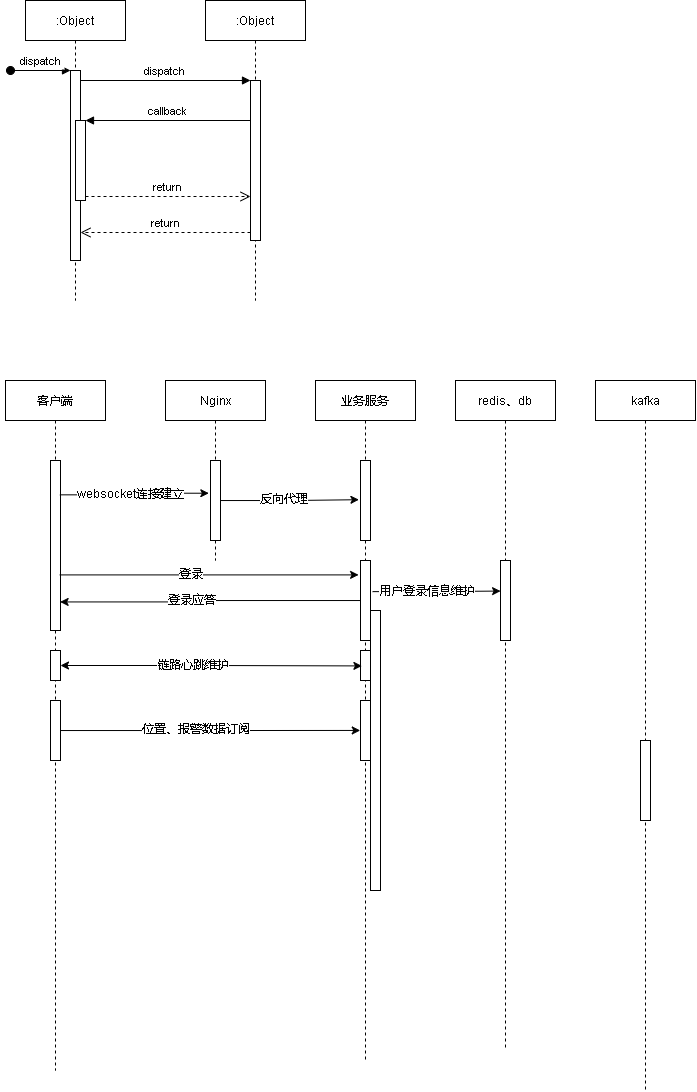
This is cgopro关键业务.drawio.png from xktder/draw, a draw.io export, as it was before one commit. Source tidied: cells renumbered, new cells last; positions are measured from the earlier drawing's top-left corner, leaving out a move shared by most shapes.
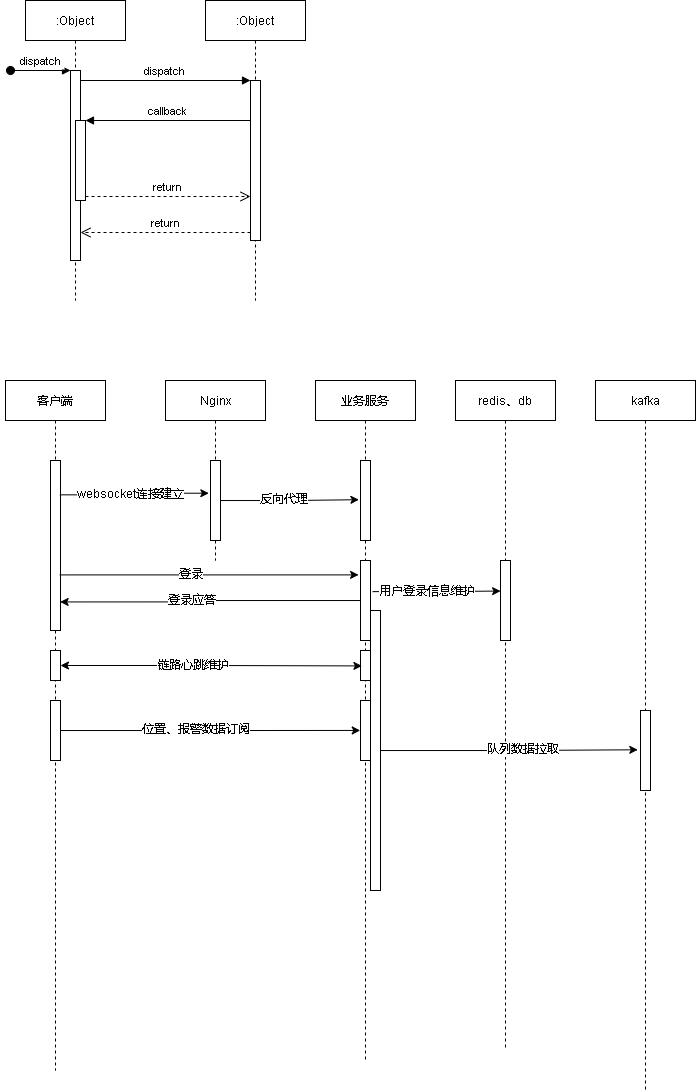
The same file after the commit.

Commit message:
更新cgopro关键业务.drawio.png

The edit, as a diff of the source:
```diff
@@ -80,7 +80,7 @@
       <mxGeometry x="590" y="380" width="100" height="710" as="geometry" />
     </mxCell>
     <mxCell id="27" style="points=[];perimeter=orthogonalPerimeter;rounded=0;shadow=0;strokeWidth=1;" parent="26" vertex="1">
-      <mxGeometry x="45" y="360" width="10" height="80" as="geometry" />
+      <mxGeometry x="45" y="330" width="10" height="80" as="geometry" />
     </mxCell>
     <mxCell id="28" style="edgeStyle=orthogonalEdgeStyle;rounded=0;jettySize=auto;html=1;entryX=-0.167;entryY=0.409;entryDx=0;entryDy=0;entryPerimeter=0;exitX=0.938;exitY=0.202;exitDx=0;exitDy=0;exitPerimeter=0;" parent="1" edge="1" source="13" target="17">
       <mxGeometry relative="1" as="geometry" />
@@ -124,5 +124,11 @@
     <mxCell id="41" value="位置、报警数据订阅" style="edgeLabel;html=1;align=center;verticalAlign=middle;" parent="40" vertex="1">
       <mxGeometry x="-0.1" y="1" relative="1" as="geometry" />
     </mxCell>
+    <mxCell id="42" style="edgeStyle=orthogonalEdgeStyle;rounded=0;jettySize=auto;html=1;entryX=-0.272;entryY=0.491;entryDx=0;entryDy=0;entryPerimeter=0;startArrow=none;startFill=0;" parent="1" edge="1" source="23" target="27">
+      <mxGeometry relative="1" as="geometry" />
+    </mxCell>
+    <mxCell id="43" value="队列数据拉取" style="edgeLabel;html=1;align=center;verticalAlign=middle;" parent="42" vertex="1">
+      <mxGeometry x="0.1" y="1" relative="1" as="geometry" />
+    </mxCell>
   </root>
 </mxGraphModel>
```
